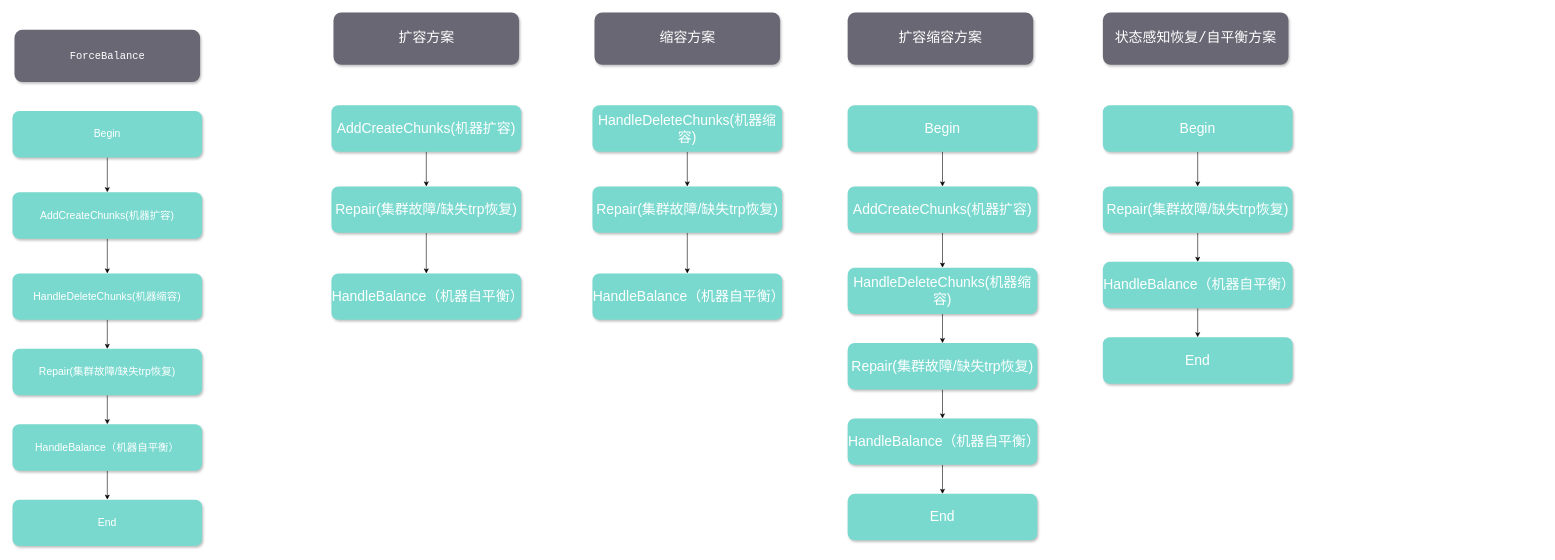
The draw.io diagram page "扩容和缩容场景" (4 of 10) of Untitled Diagram.drawio in xunsongzhu/lbs-testcase, before the edit. Source tidied: cells renumbered, new cells numbered last; positions are measured from the earlier drawing's top-left corner, leaving out a move shared by most shapes. Both pictures are drawn from the tidied source at 58%, with x=0, y=0 at pixel (12, 12).
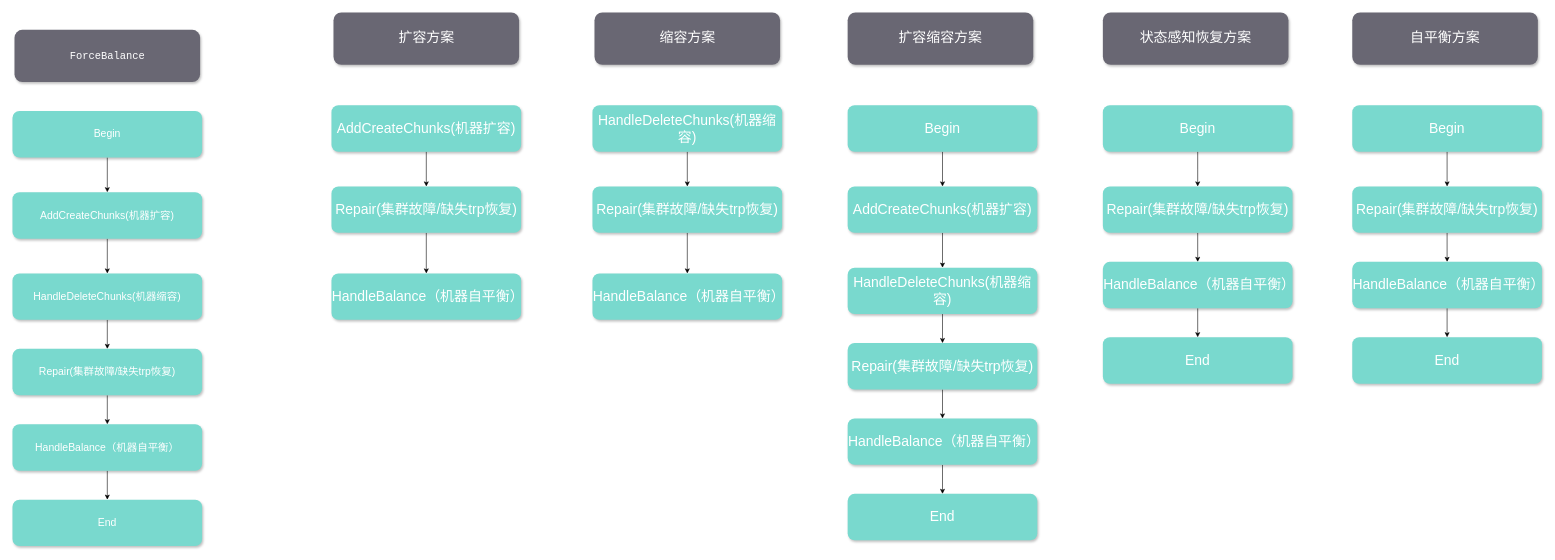
Above is the later version.

Change to the diagram source:
```diff
@@
-    <mxCell id="38" value="&lt;font style=&quot;font-size: 24px&quot;&gt;状态感知恢复/自平衡方案&lt;/font&gt;" style="rounded=1;whiteSpace=wrap;html=1;fillColor=#696773;strokeColor=none;shadow=1;glass=0;comic=0;gradientColor=none;fontFamily=Courier New;fontColor=#FFFFFF;" parent="1" vertex="1">
+    <mxCell id="38" value="&lt;font style=&quot;font-size: 24px&quot;&gt;状态感知恢复方案&lt;/font&gt;" style="rounded=1;whiteSpace=wrap;html=1;fillColor=#696773;strokeColor=none;shadow=1;glass=0;comic=0;gradientColor=none;fontFamily=Courier New;fontColor=#FFFFFF;" parent="1" vertex="1">
       <mxGeometry x="1880" width="320" height="90" as="geometry" />
     </mxCell>
@@
+    <mxCell id="46" value="&lt;font style=&quot;font-size: 24px&quot;&gt;自平衡方案&lt;/font&gt;" style="rounded=1;whiteSpace=wrap;html=1;fillColor=#696773;strokeColor=none;shadow=1;glass=0;comic=0;gradientColor=none;fontFamily=Courier New;fontColor=#FFFFFF;" parent="1" vertex="1">
+      <mxGeometry x="2310" width="320" height="90" as="geometry" />
+    </mxCell>
+    <mxCell id="47" style="edgeStyle=orthogonalEdgeStyle;rounded=0;jettySize=auto;html=1;fontSize=18;fontColor=#FFFFFF;" parent="1" edge="1" source="48">
+      <mxGeometry relative="1" as="geometry">
+        <mxPoint x="2473.5" y="300" as="targetPoint" />
+      </mxGeometry>
+    </mxCell>
+    <mxCell id="48" value="&lt;font style=&quot;font-size: 24px&quot;&gt;Begin&lt;/font&gt;" style="rounded=1;whiteSpace=wrap;html=1;fillColor=#79d9ce;strokeColor=none;shadow=1;glass=0;comic=0;gradientColor=none;fontColor=#FFFFFF;" parent="1" vertex="1">
+      <mxGeometry x="2310" y="160" width="327" height="80" as="geometry" />
+    </mxCell>
+    <mxCell id="49" style="edgeStyle=orthogonalEdgeStyle;rounded=0;jettySize=auto;html=1;" parent="1" edge="1" source="50" target="52">
+      <mxGeometry relative="1" as="geometry" />
+    </mxCell>
+    <mxCell id="50" value="&lt;font style=&quot;font-size: 24px&quot;&gt;Repair(集群故障/缺失trp恢复)&lt;/font&gt;" style="rounded=1;whiteSpace=wrap;html=1;fillColor=#79d9ce;strokeColor=none;shadow=1;glass=0;comic=0;gradientColor=none;fontColor=#FFFFFF;" parent="1" vertex="1">
+      <mxGeometry x="2310" y="300" width="327" height="80" as="geometry" />
+    </mxCell>
+    <mxCell id="51" style="edgeStyle=orthogonalEdgeStyle;rounded=0;jettySize=auto;html=1;" parent="1" edge="1" source="52" target="53">
+      <mxGeometry relative="1" as="geometry" />
+    </mxCell>
+    <mxCell id="52" value="&lt;font style=&quot;font-size: 24px&quot;&gt;HandleBalance（机器自平衡）&lt;/font&gt;" style="rounded=1;whiteSpace=wrap;html=1;fillColor=#79d9ce;strokeColor=none;shadow=1;glass=0;comic=0;gradientColor=none;fontColor=#FFFFFF;" parent="1" vertex="1">
+      <mxGeometry x="2310" y="430" width="327" height="80" as="geometry" />
+    </mxCell>
+    <mxCell id="53" value="&lt;font style=&quot;font-size: 24px&quot;&gt;End&lt;/font&gt;" style="rounded=1;whiteSpace=wrap;html=1;fillColor=#79d9ce;strokeColor=none;shadow=1;glass=0;comic=0;gradientColor=none;fontColor=#FFFFFF;" parent="1" vertex="1">
+      <mxGeometry x="2310" y="560" width="327" height="80" as="geometry" />
+    </mxCell>
```
